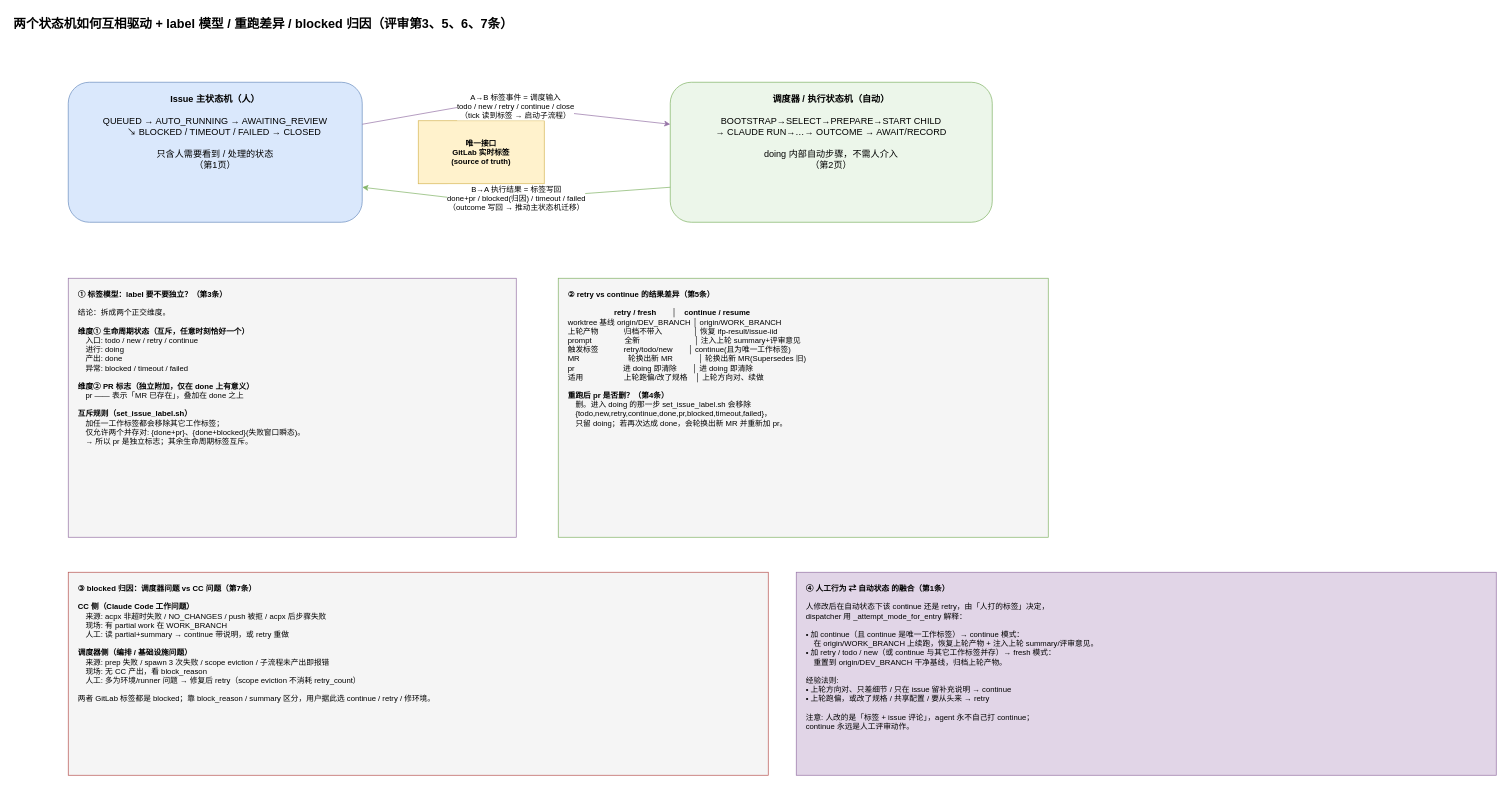
Earlier version of the draw.io diagram page "耦合与决策参考-v2" (3 of 3) of statemachine.v2.drawio (YCyberNexus/MyOpenClawAgents). Source tidied: cells renumbered, new cells numbered last; positions are measured from the earlier drawing's top-left corner, leaving out a move shared by most shapes. Both pictures are drawn from the tidied source at 70%, with x=0, y=0 at pixel (12, 12).
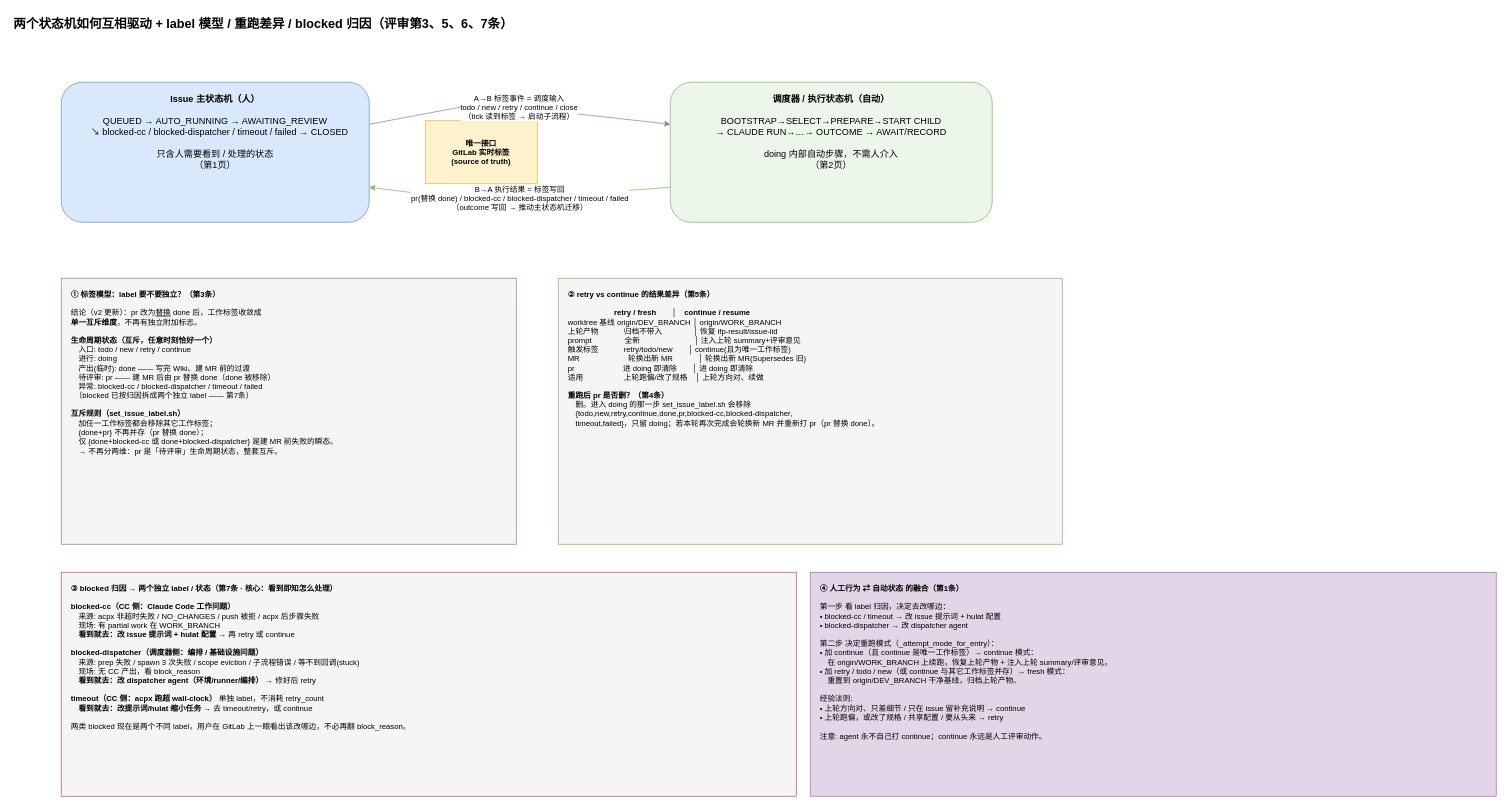
Above is the later version.

What changed in the source:
```diff
@@
 <mxGraphModel>
   <root>
     <mxCell id="0" />
     <mxCell id="1" parent="0" />
     <mxCell id="2" value="两个状态机如何互相驱动 + label 模型 / 重跑差异 / blocked 归因（评审第3、5、6、7条）" style="text;html=1;align=left;verticalAlign=top;fontSize=18;fontStyle=1;" parent="1" vertex="1">
       <mxGeometry width="1700" height="30" as="geometry" />
     </mxCell>
-    <mxCell id="3" value="&lt;b&gt;Issue 主状态机（人）&lt;/b&gt;&#10;&#10;QUEUED → AUTO_RUNNING → AWAITING_REVIEW&#10;　　↘ BLOCKED / TIMEOUT / FAILED → CLOSED&#10;&#10;只含人需要看到 / 处理的状态&#10;（第1页）" style="rounded=1;whiteSpace=wrap;html=1;fillColor=#dae8fc;strokeColor=#6c8ebf;verticalAlign=top;align=center;fontSize=13;spacingTop=10;" parent="1" vertex="1">
-      <mxGeometry x="80" y="100" width="420" height="200" as="geometry" />
+    <mxCell id="3" value="&lt;b&gt;Issue 主状态机（人）&lt;/b&gt;&#10;&#10;QUEUED → AUTO_RUNNING → AWAITING_REVIEW&#10;　↘ blocked-cc / blocked-dispatcher / timeout / failed → CLOSED&#10;&#10;只含人需要看到 / 处理的状态&#10;（第1页）" style="rounded=1;whiteSpace=wrap;html=1;fillColor=#dae8fc;strokeColor=#6c8ebf;verticalAlign=top;align=center;fontSize=13;spacingTop=10;" parent="1" vertex="1">
+      <mxGeometry x="70" y="100" width="440" height="200" as="geometry" />
     </mxCell>
     <mxCell id="4" value="&lt;b&gt;调度器 / 执行状态机（自动）&lt;/b&gt;&#10;&#10;BOOTSTRAP→SELECT→PREPARE→START CHILD&#10;→ CLAUDE RUN→…→ OUTCOME → AWAIT/RECORD&#10;&#10;doing 内部自动步骤，不需人介入&#10;（第2页）" style="rounded=1;whiteSpace=wrap;html=1;fillColor=#ecf6ea;strokeColor=#82b366;verticalAlign=top;align=center;fontSize=13;spacingTop=10;" parent="1" vertex="1">
       <mxGeometry x="940" y="100" width="460" height="200" as="geometry" />
     </mxCell>
     <mxCell id="5" value="唯一接口&#10;GitLab 实时标签&#10;(source of truth)" style="rounded=0;whiteSpace=wrap;html=1;fillColor=#fff2cc;strokeColor=#d6b656;align=center;verticalAlign=middle;fontSize=11;fontStyle=1;" parent="1" vertex="1">
-      <mxGeometry x="580" y="155" width="180" height="90" as="geometry" />
+      <mxGeometry x="590" y="155" width="160" height="90" as="geometry" />
     </mxCell>
     <mxCell id="6" value="A→B 标签事件 = 调度输入&#10;todo / new / retry / continue / close&#10;（tick 读到标签 → 启动子流程）" style="endArrow=classic;html=1;rounded=0;exitX=1;exitY=0.3;entryX=0;entryY=0.3;fontSize=11;labelBackgroundColor=#ffffff;strokeColor=#9673a6;" parent="1" edge="1" source="3" target="4">
       <mxGeometry relative="1" as="geometry">
         <Array as="points">
           <mxPoint x="670" y="130" />
         </Array>
       </mxGeometry>
     </mxCell>
-    <mxCell id="7" value="B→A 执行结果 = 标签写回&#10;done+pr / blocked(归因) / timeout / failed&#10;（outcome 写回 → 推动主状态机迁移）" style="endArrow=classic;html=1;rounded=0;exitX=0;exitY=0.75;entryX=1;entryY=0.75;fontSize=11;labelBackgroundColor=#ffffff;strokeColor=#82b366;" parent="1" edge="1" source="4" target="3">
+    <mxCell id="7" value="B→A 执行结果 = 标签写回&#10;pr(替换 done) / blocked-cc / blocked-dispatcher / timeout / failed&#10;（outcome 写回 → 推动主状态机迁移）" style="endArrow=classic;html=1;rounded=0;exitX=0;exitY=0.75;entryX=1;entryY=0.75;fontSize=11;labelBackgroundColor=#ffffff;strokeColor=#82b366;" parent="1" edge="1" source="4" target="3">
       <mxGeometry relative="1" as="geometry">
         <Array as="points">
           <mxPoint x="670" y="270" />
         </Array>
       </mxGeometry>
     </mxCell>
-    <mxCell id="8" value="&lt;b&gt;① 标签模型：label 要不要独立？（第3条）&lt;/b&gt;&#10;&#10;结论：拆成两个正交维度。&#10;&#10;&lt;b&gt;维度① 生命周期状态（互斥，任意时刻恰好一个）&lt;/b&gt;&#10;　入口: todo / new / retry / continue&#10;　进行: doing&#10;　产出: done&#10;　异常: blocked / timeout / failed&#10;&#10;&lt;b&gt;维度② PR 标志（独立附加，仅在 done 上有意义）&lt;/b&gt;&#10;　pr —— 表示「MR 已存在」，叠加在 done 之上&#10;&#10;&lt;b&gt;互斥规则（set_issue_label.sh）&lt;/b&gt;&#10;　加任一工作标签都会移除其它工作标签；&#10;　仅允许两个并存对: {done+pr}、{done+blocked}(失败窗口瞬态)。&#10;　→ 所以 pr 是独立标志；其余生命周期标签互斥。" style="rounded=0;whiteSpace=wrap;html=1;fillColor=#f5f5f5;strokeColor=#9673a6;align=left;verticalAlign=top;spacingLeft=12;spacingTop=10;fontSize=11;" parent="1" vertex="1">
-      <mxGeometry x="80" y="380" width="640" height="370" as="geometry" />
+    <mxCell id="8" value="&lt;b&gt;① 标签模型：label 要不要独立？（第3条）&lt;/b&gt;&#10;&#10;结论（v2 更新）：pr 改为&lt;u&gt;替换&lt;/u&gt; done 后，工作标签收敛成&#10;&lt;b&gt;单一互斥维度&lt;/b&gt;，不再有独立附加标志。&#10;&#10;&lt;b&gt;生命周期状态（互斥，任意时刻恰好一个）&lt;/b&gt;&#10;　入口: todo / new / retry / continue&#10;　进行: doing&#10;　产出(临时): done —— 写完 Wiki、建 MR 前的过渡&#10;　待评审: pr —— 建 MR 后由 pr 替换 done（done 被移除）&#10;　异常: blocked-cc / blocked-dispatcher / timeout / failed&#10;　（blocked 已按归因拆成两个独立 label —— 第7条）&#10;&#10;&lt;b&gt;互斥规则（set_issue_label.sh）&lt;/b&gt;&#10;　加任一工作标签都会移除其它工作标签；&#10;　{done+pr} 不再并存（pr 替换 done）；&#10;　仅 {done+blocked-cc 或 done+blocked-dispatcher} 是建 MR 前失败的瞬态。&#10;　→ 不再分两维：pr 是「待评审」生命周期状态，整套互斥。" style="rounded=0;whiteSpace=wrap;html=1;fillColor=#f5f5f5;strokeColor=#9673a6;align=left;verticalAlign=top;spacingLeft=12;spacingTop=10;fontSize=11;" parent="1" vertex="1">
+      <mxGeometry x="70" y="380" width="650" height="380" as="geometry" />
     </mxCell>
-    <mxCell id="9" value="&lt;b&gt;② retry vs continue 的结果差异（第5条）&lt;/b&gt;&#10;&#10;&lt;b&gt;　　　　　　retry / fresh　　│　continue / resume&lt;/b&gt;&#10;worktree 基线  origin/DEV_BRANCH │ origin/WORK_BRANCH&#10;上轮产物　　　 归档不带入　　　　│ 恢复 ifp-result/issue-iid&#10;prompt　　　　 全新　　　　　　　│ 注入上轮 summary+评审意见&#10;触发标签　　　 retry/todo/new　　│ continue(且为唯一工作标签)&#10;MR　　　　　　 轮换出新 MR　　　 │ 轮换出新 MR(Supersedes 旧)&#10;pr　　　　　　 进 doing 即清除　　│ 进 doing 即清除&#10;适用　　　　　 上轮跑偏/改了规格　│ 上轮方向对、续做&#10;&#10;&lt;b&gt;重跑后 pr 是否删？（第4条）&lt;/b&gt;&#10;　删。进入 doing 的那一步 set_issue_label.sh 会移除&#10;　{todo,new,retry,continue,done,pr,blocked,timeout,failed}，&#10;　只留 doing；若再次达成 done，会轮换出新 MR 并重新加 pr。" style="rounded=0;whiteSpace=wrap;html=1;fillColor=#f5f5f5;strokeColor=#82b366;align=left;verticalAlign=top;spacingLeft=12;spacingTop=10;fontSize=11;" parent="1" vertex="1">
-      <mxGeometry x="780" y="380" width="700" height="370" as="geometry" />
+    <mxCell id="9" value="&lt;b&gt;② retry vs continue 的结果差异（第5条）&lt;/b&gt;&#10;&#10;&lt;b&gt;　　　　　　retry / fresh　　│　continue / resume&lt;/b&gt;&#10;worktree 基线  origin/DEV_BRANCH │ origin/WORK_BRANCH&#10;上轮产物　　　 归档不带入　　　　│ 恢复 ifp-result/issue-iid&#10;prompt　　　　 全新　　　　　　　│ 注入上轮 summary+评审意见&#10;触发标签　　　 retry/todo/new　　│ continue(且为唯一工作标签)&#10;MR　　　　　　 轮换出新 MR　　　 │ 轮换出新 MR(Supersedes 旧)&#10;pr　　　　　　 进 doing 即清除　　│ 进 doing 即清除&#10;适用　　　　　 上轮跑偏/改了规格　│ 上轮方向对、续做&#10;&#10;&lt;b&gt;重跑后 pr 是否删？（第4条）&lt;/b&gt;&#10;　删。进入 doing 的那一步 set_issue_label.sh 会移除&#10;　{todo,new,retry,continue,done,pr,blocked-cc,blocked-dispatcher,&#10;　timeout,failed}，只留 doing；若本轮再次完成会轮换新 MR 并重新打 pr（pr 替换 done）。" style="rounded=0;whiteSpace=wrap;html=1;fillColor=#f5f5f5;strokeColor=#82b366;align=left;verticalAlign=top;spacingLeft=12;spacingTop=10;fontSize=11;" parent="1" vertex="1">
+      <mxGeometry x="780" y="380" width="720" height="380" as="geometry" />
     </mxCell>
-    <mxCell id="10" value="&lt;b&gt;③ blocked 归因：调度器问题 vs CC 问题（第7条）&lt;/b&gt;&#10;&#10;&lt;b&gt;CC 侧（Claude Code 工作问题）&lt;/b&gt;&#10;　来源: acpx 非超时失败 / NO_CHANGES / push 被拒 / acpx 后步骤失败&#10;　现场: 有 partial work 在 WORK_BRANCH&#10;　人工: 读 partial+summary → continue 带说明，或 retry 重做&#10;&#10;&lt;b&gt;调度器侧（编排 / 基础设施问题）&lt;/b&gt;&#10;　来源: prep 失败 / spawn 3 次失败 / scope eviction / 子流程未产出即报错&#10;　现场: 无 CC 产出，看 block_reason&#10;　人工: 多为环境/runner 问题 → 修复后 retry（scope eviction 不消耗 retry_count）&#10;&#10;两者 GitLab 标签都是 blocked；靠 block_reason / summary 区分，用户据此选 continue / retry / 修环境。" style="rounded=0;whiteSpace=wrap;html=1;fillColor=#f5f5f5;strokeColor=#b85450;align=left;verticalAlign=top;spacingLeft=12;spacingTop=10;fontSize=11;" parent="1" vertex="1">
-      <mxGeometry x="80" y="800" width="1000" height="290" as="geometry" />
+    <mxCell id="10" value="&lt;b&gt;③ blocked 归因 → 两个独立 label / 状态（第7条 · 核心：看到即知怎么处理）&lt;/b&gt;&#10;&#10;&lt;b&gt;blocked-cc（CC 侧：Claude Code 工作问题）&lt;/b&gt;&#10;　来源: acpx 非超时失败 / NO_CHANGES / push 被拒 / acpx 后步骤失败&#10;　现场: 有 partial work 在 WORK_BRANCH&#10;　&lt;b&gt;看到就去：改 issue 提示词 + hulat 配置&lt;/b&gt; → 再 retry 或 continue&#10;&#10;&lt;b&gt;blocked-dispatcher（调度器侧：编排 / 基础设施问题）&lt;/b&gt;&#10;　来源: prep 失败 / spawn 3 次失败 / scope eviction / 子流程错误 / 等不到回调(stuck)&#10;　现场: 无 CC 产出，看 block_reason&#10;　&lt;b&gt;看到就去：改 dispatcher agent（环境/runner/编排）&lt;/b&gt; → 修好后 retry&#10;&#10;&lt;b&gt;timeout（CC 侧：acpx 跑超 wall-clock）&lt;/b&gt; 单独 label，不消耗 retry_count&#10;　&lt;b&gt;看到就去：改提示词/hulat 缩小任务&lt;/b&gt; → 去 timeout/retry，或 continue&#10;&#10;两类 blocked 现在是两个不同 label，用户在 GitLab 上一眼看出该改哪边，不必再翻 block_reason。" style="rounded=0;whiteSpace=wrap;html=1;fillColor=#f5f5f5;strokeColor=#b85450;align=left;verticalAlign=top;spacingLeft=12;spacingTop=10;fontSize=11;" parent="1" vertex="1">
+      <mxGeometry x="70" y="800" width="1050" height="320" as="geometry" />
     </mxCell>
-    <mxCell id="11" value="&lt;b&gt;④ 人工行为 ⇄ 自动状态 的融合（第1条）&lt;/b&gt;&#10;&#10;人修改后在自动状态下该 continue 还是 retry，由「人打的标签」决定，&#10;dispatcher 用 _attempt_mode_for_entry 解释：&#10;&#10;• 加 continue（且 continue 是唯一工作标签）→ continue 模式：&#10;　在 origin/WORK_BRANCH 上续跑，恢复上轮产物 + 注入上轮 summary/评审意见。&#10;• 加 retry / todo / new（或 continue 与其它工作标签并存）→ fresh 模式：&#10;　重置到 origin/DEV_BRANCH 干净基线，归档上轮产物。&#10;&#10;经验法则:&#10;• 上轮方向对、只差细节 / 只在 issue 留补充说明 → continue&#10;• 上轮跑偏，或改了规格 / 共享配置 / 要从头来 → retry&#10;&#10;注意: 人改的是「标签 + issue 评论」，agent 永不自己打 continue；&#10;continue 永远是人工评审动作。" style="rounded=0;whiteSpace=wrap;html=1;fillColor=#e1d5e7;strokeColor=#9673a6;align=left;verticalAlign=top;spacingLeft=12;spacingTop=10;fontSize=11;" parent="1" vertex="1">
-      <mxGeometry x="1120" y="800" width="1000" height="290" as="geometry" />
+    <mxCell id="11" value="&lt;b&gt;④ 人工行为 ⇄ 自动状态 的融合（第1条）&lt;/b&gt;&#10;&#10;第一步 看 label 归因，决定去改哪边：&#10;• blocked-cc / timeout → 改 issue 提示词 + hulat 配置&#10;• blocked-dispatcher → 改 dispatcher agent&#10;&#10;第二步 决定重跑模式（_attempt_mode_for_entry）：&#10;• 加 continue（且 continue 是唯一工作标签）→ continue 模式：&#10;　在 origin/WORK_BRANCH 上续跑，恢复上轮产物 + 注入上轮 summary/评审意见。&#10;• 加 retry / todo / new（或 continue 与其它工作标签并存）→ fresh 模式：&#10;　重置到 origin/DEV_BRANCH 干净基线，归档上轮产物。&#10;&#10;经验法则:&#10;• 上轮方向对、只差细节 / 只在 issue 留补充说明 → continue&#10;• 上轮跑偏，或改了规格 / 共享配置 / 要从头来 → retry&#10;&#10;注意: agent 永不自己打 continue；continue 永远是人工评审动作。" style="rounded=0;whiteSpace=wrap;html=1;fillColor=#e1d5e7;strokeColor=#9673a6;align=left;verticalAlign=top;spacingLeft=12;spacingTop=10;fontSize=11;" parent="1" vertex="1">
+      <mxGeometry x="1140" y="800" width="980" height="320" as="geometry" />
     </mxCell>
   </root>
 </mxGraphModel>
```
